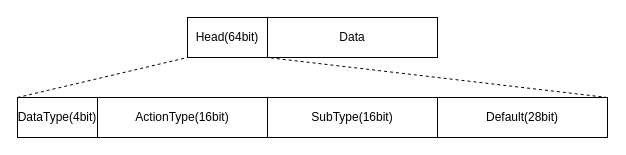
This is testDirectory/代理通信协议格式.drawio from Moose1273/-, a draw.io file, before an edit. Source tidied: cells renumbered, new cells numbered last; positions are measured from the earlier drawing's top-left corner, leaving out a move shared by most shapes. Both pictures are drawn from the tidied source at 100%, with x=0, y=0 at pixel (17, 17).
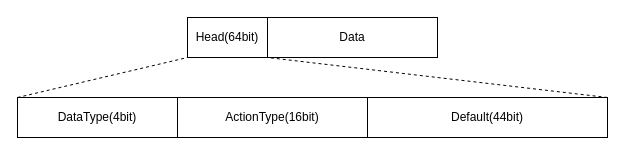
Above is the later version.

Commit message:
更新代理通信协议格式.drawio

What changed in the source:
```diff
@@
 <mxGraphModel>
   <root>
     <mxCell id="0" />
     <mxCell id="1" parent="0" />
     <mxCell id="2" value="DataType(4bit)" style="rounded=0;whiteSpace=wrap;html=1;" parent="1" vertex="1">
-      <mxGeometry y="80" width="80" height="40" as="geometry" />
+      <mxGeometry y="80" width="160" height="40" as="geometry" />
     </mxCell>
     <mxCell id="3" style="endArrow=none;dashed=1;html=1;rounded=0;entryX=0;entryY=1;entryDx=0;entryDy=0;exitX=0;exitY=0;exitDx=0;exitDy=0;" parent="1" edge="1" source="2" target="7">
       <mxGeometry relative="1" as="geometry" />
     </mxCell>
     <mxCell id="4" style="endArrow=none;dashed=1;html=1;rounded=0;entryX=1;entryY=1;entryDx=0;entryDy=0;exitX=1;exitY=0;exitDx=0;exitDy=0;" parent="1" edge="1" source="9" target="7">
       <mxGeometry relative="1" as="geometry" />
     </mxCell>
     <mxCell id="5" value="ActionType(16bit)" style="rounded=0;whiteSpace=wrap;html=1;" parent="1" vertex="1">
-      <mxGeometry x="80" y="80" width="170" height="40" as="geometry" />
+      <mxGeometry x="160" y="80" width="190" height="40" as="geometry" />
     </mxCell>
-    <mxCell id="6" value="SubType(16bit)" style="rounded=0;whiteSpace=wrap;html=1;" parent="1" vertex="1">
-      <mxGeometry x="250" y="80" width="170" height="40" as="geometry" />
-    </mxCell>
     <mxCell id="7" value="Head(64bit)" style="rounded=0;whiteSpace=wrap;html=1;" parent="1" vertex="1">
       <mxGeometry x="170" width="80" height="40" as="geometry" />
     </mxCell>
     <mxCell id="8" value="Data" style="rounded=0;whiteSpace=wrap;html=1;" parent="1" vertex="1">
       <mxGeometry x="250" width="170" height="40" as="geometry" />
     </mxCell>
-    <mxCell id="9" value="Default(28bit)" style="rounded=0;whiteSpace=wrap;html=1;" parent="1" vertex="1">
-      <mxGeometry x="420" y="80" width="170" height="40" as="geometry" />
+    <mxCell id="9" value="Default(44bit)" style="rounded=0;whiteSpace=wrap;html=1;" parent="1" vertex="1">
+      <mxGeometry x="350" y="80" width="240" height="40" as="geometry" />
     </mxCell>
   </root>
 </mxGraphModel>
```
